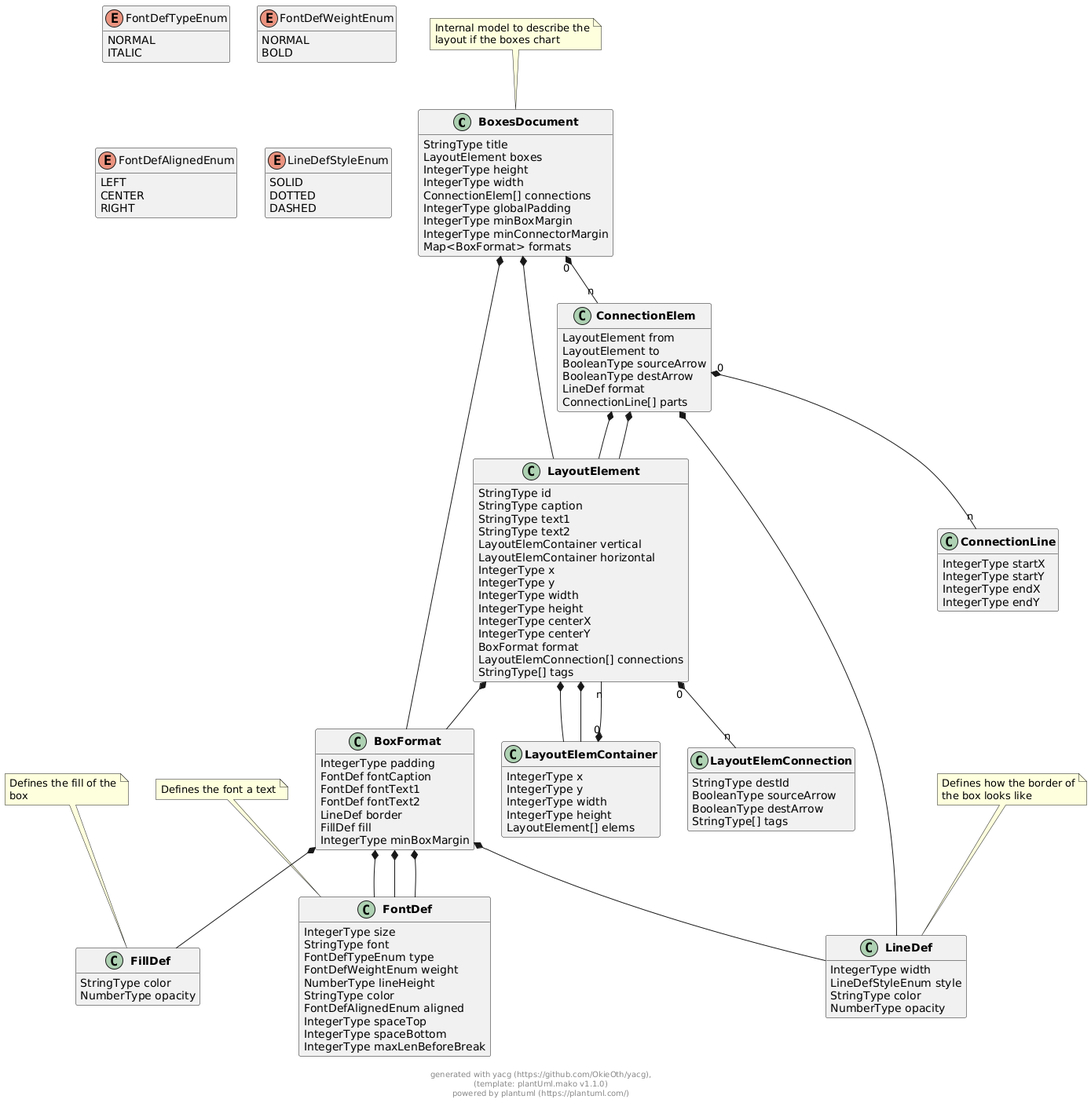
OkieOth/draw.chart.things keeps this PlantUML diagram as docs/models/png/boxes_document.png. Above is the earlier version.
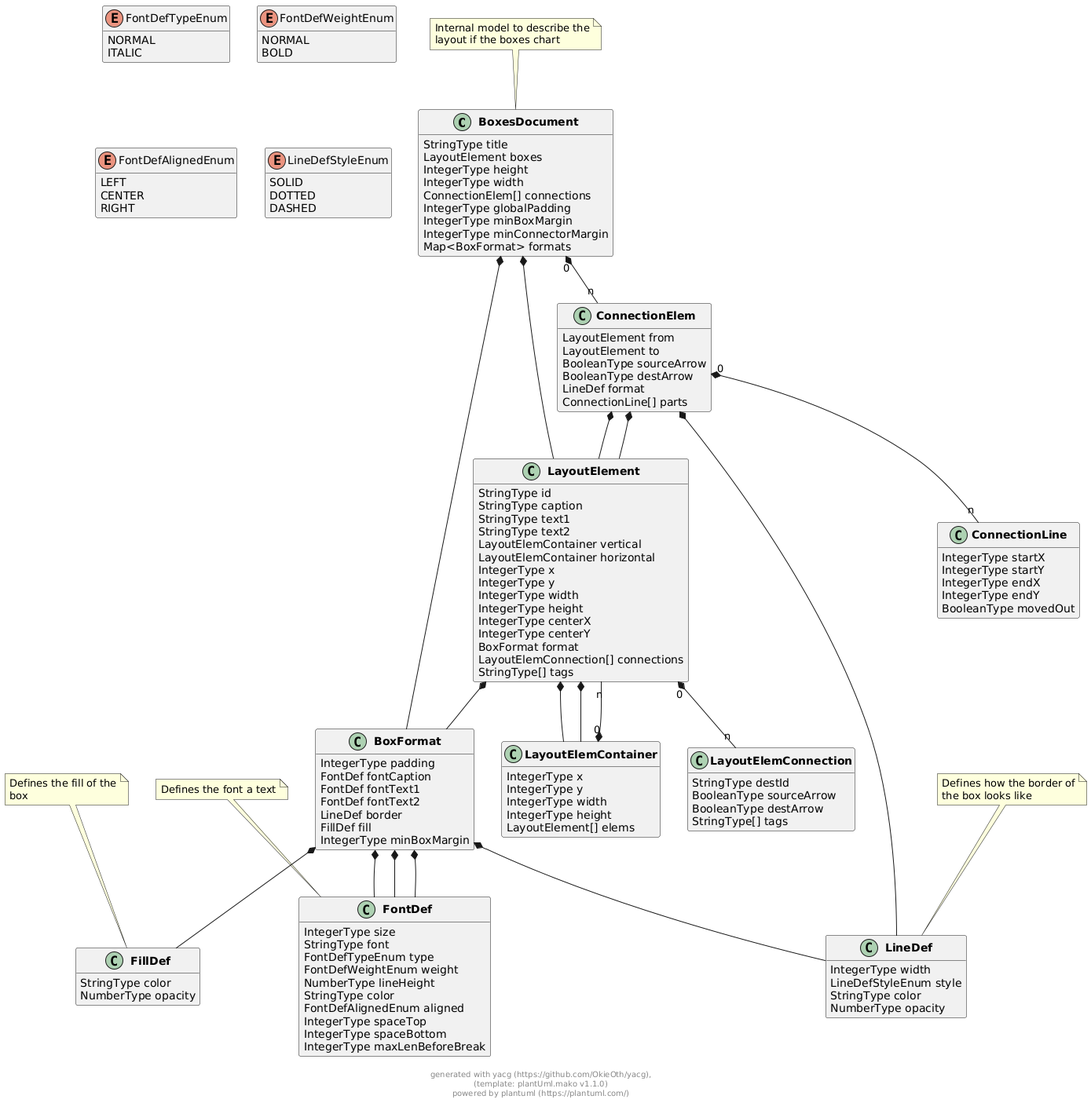
The same file after the commit.

Commit message:
wip: initially connect the boxes, collision handling is missing

What changed in the source:
```diff
@@ -86,6 +86,7 @@
         IntegerType startY
         IntegerType endX
         IntegerType endY
+        BooleanType movedOut
 }
 
 
@@ -246,5 +247,6 @@
 
 
 
+
 footer \ngenerated with yacg (https://github.com/OkieOth/yacg),\n(template: plantUml.mako v1.1.0)\npowered by plantuml (https://plantuml.com/)
 @enduml
```
